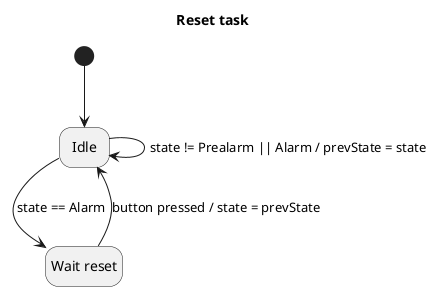
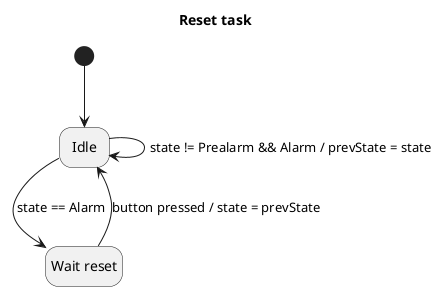
@startuml ResetTask
hide empty description

title "Reset task"

state start <<start>>

state "Idle" as idle

state "Wait reset" as waitReset

start -d-> idle

- idle -r-> idle : state != Prealarm || Alarm / prevState = state
+ idle -r-> idle : state != Prealarm && Alarm / prevState = state
idle -d-> waitReset : state == Alarm

waitReset -u-> idle : button pressed / state = prevState

@enduml
